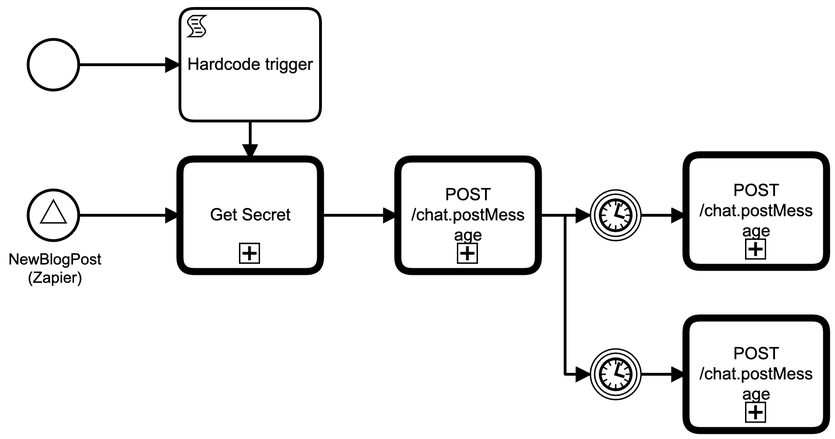
Before: workflows/AnnounceBlog.png, a diagram exported from BPMN (tomlarkworthy/camunda-tools). Its source is kept beside it as workflows/AnnounceBlog.bpmn. Ids are renumbered.
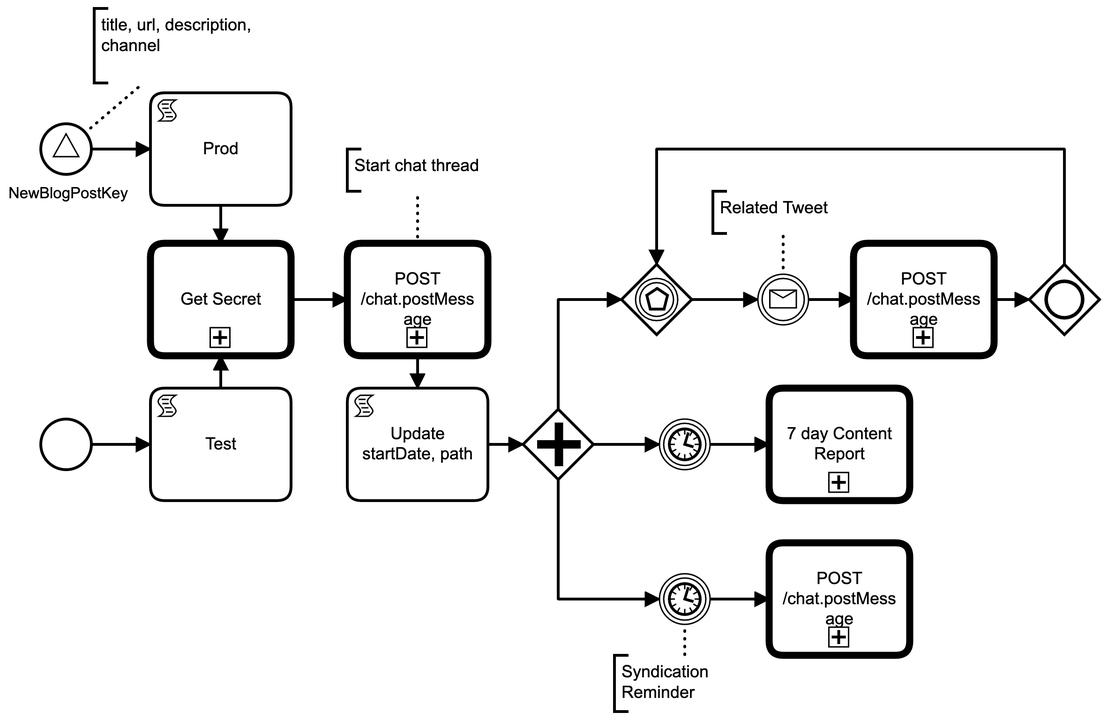
The same diagram one commit later.

The edit, as a diff of the source:
```diff
@@ -14,65 +14,8 @@
       <bpmn:incoming>Flow_n7</bpmn:incoming>
       <bpmn:outgoing>Flow_n8</bpmn:outgoing>
     </bpmn:callActivity>
-    <bpmn:intermediateCatchEvent id="Event_n9">
-      <bpmn:incoming>Flow_n10</bpmn:incoming>
-      <bpmn:outgoing>Flow_n11</bpmn:outgoing>
-      <bpmn:timerEventDefinition id="TimerEventDefinition_n12">
-        <bpmn:timeDuration xsi:type="bpmn:tFormalExpression">P1D</bpmn:timeDuration>
-      </bpmn:timerEventDefinition>
-    </bpmn:intermediateCatchEvent>
-    <bpmn:callActivity id="Activity_n13" name="POST /chat.postMessage" camunda:modelerTemplate="POST-/chat.postMessage" calledElement="ApiClient">
-      <bpmn:extensionElements>
-        <camunda:inputOutput>
-          <camunda:inputParameter name="content">{}</camunda:inputParameter>
-          <camunda:inputParameter name="cp_attachments" />
-          <camunda:inputParameter name="cp_unfurl_links" />
-          <camunda:inputParameter name="cp_unfurl_media" />
-          <camunda:inputParameter name="cp_parse" />
-          <camunda:inputParameter name="cp_as_user" />
-          <camunda:inputParameter name="cp_mrkdwn" />
-          <camunda:inputParameter name="cp_username" />
-          <camunda:inputParameter name="cp_blocks" />
-          <camunda:inputParameter name="cp_icon_emoji" />
-          <camunda:inputParameter name="cp_link_names" />
-          <camunda:inputParameter name="cp_reply_broadcast" />
-          <camunda:inputParameter name="cp_icon_url" />
-          <camunda:inputParameter name="hp_token" />
-          <camunda:inputParameter name="hp_Authorization">${secret}</camunda:inputParameter>
-          <camunda:inputParameter name="cp_text">One day later</camunda:inputParameter>
-          <camunda:inputParameter name="cp_thread_ts">${ts}</camunda:inputParameter>
-          <camunda:inputParameter name="cp_channel">${channel}</camunda:inputParameter>
-          <camunda:outputParameter name="response">${ response }</camunda:outputParameter>
-        </camunda:inputOutput>
-        <camunda:in sourceExpression="POST" target="method" />
-        <camunda:in sourceExpression="https://slack.com/api/chat.postMessage" target="url" />
-        <camunda:in sourceExpression="application/json" target="pre SET headers String $[&#39;Content-Type&#39;]" />
-        <camunda:in source="content" target="request" />
-        <camunda:in source="cp_attachments" target="pre SET request String $[&#39;attachments&#39;]" />
-        <camunda:in source="cp_unfurl_links" target="pre SET request String $[&#39;unfurl_links&#39;]" />
-        <camunda:in source="cp_text" target="pre SET request String $[&#39;text&#39;]" />
-        <camunda:in source="cp_unfurl_media" target="pre SET request String $[&#39;unfurl_media&#39;]" />
-        <camunda:in source="cp_parse" target="pre SET request String $[&#39;parse&#39;]" />
-        <camunda:in source="cp_as_user" target="pre SET request String $[&#39;as_user&#39;]" />
-        <camunda:in source="cp_mrkdwn" target="pre SET request String $[&#39;mrkdwn&#39;]" />
-        <camunda:in source="cp_channel" target="pre SET request String $[&#39;channel&#39;]" />
-        <camunda:in source="cp_username" target="pre SET request String $[&#39;username&#39;]" />
-        <camunda:in source="cp_blocks" target="pre SET request String $[&#39;blocks&#39;]" />
-        <camunda:in source="cp_icon_emoji" target="pre SET request String $[&#39;icon_emoji&#39;]" />
-        <camunda:in source="cp_link_names" target="pre SET request String $[&#39;link_names&#39;]" />
-        <camunda:in source="cp_reply_broadcast" target="pre SET request String $[&#39;reply_broadcast&#39;]" />
-        <camunda:in source="cp_thread_ts" target="pre SET request String $[&#39;thread_ts&#39;]" />
-        <camunda:in source="cp_icon_url" target="pre SET request String $[&#39;icon_url&#39;]" />
-        <camunda:out source="response" target="response" />
-        <camunda:in source="hp_token" target="pre SET headers String $[&#39;token&#39;]" />
-        <camunda:in sourceExpression="Bearer ${hp_Authorization}" target="pre SET headers String $[&#39;Authorization&#39;]" />
-      </bpmn:extensionElements>
-      <bpmn:incoming>Flow_n11</bpmn:incoming>
-      <bpmn:outgoing>Flow_n14</bpmn:outgoing>
-    </bpmn:callActivity>
-    <bpmn:sequenceFlow id="Flow_n11" sourceRef="Event_n9" targetRef="Activity_n13" />
     <bpmn:intermediateCatchEvent id="Event_n15">
-      <bpmn:incoming>Flow_n16</bpmn:incoming>
+      <bpmn:incoming>Flow_n42</bpmn:incoming>
       <bpmn:outgoing>Flow_n17</bpmn:outgoing>
       <bpmn:timerEventDefinition id="TimerEventDefinition_n18">
         <bpmn:timeDate xsi:type="bpmn:tFormalExpression">P3W</bpmn:timeDate>
@@ -125,7 +68,6 @@
         <camunda:in sourceExpression="Bearer ${hp_Authorization}" target="pre SET headers String $[&#39;Authorization&#39;]" />
       </bpmn:extensionElements>
       <bpmn:incoming>Flow_n17</bpmn:incoming>
-      <bpmn:outgoing>Flow_n20</bpmn:outgoing>
     </bpmn:callActivity>
     <bpmn:sequenceFlow id="Flow_n17" sourceRef="Event_n15" targetRef="Activity_n19" />
     <bpmn:startEvent id="Event_n21">
@@ -590,10 +532,8 @@
         <camunda:in sourceExpression="Bearer ${hp_Authorization}" target="pre SET headers String $[&#39;Authorization&#39;]" />
       </bpmn:extensionElements>
       <bpmn:incoming>Flow_n8</bpmn:incoming>
-      <bpmn:outgoing>Flow_n25</bpmn:outgoing>
+      <bpmn:outgoing>Flow_n43</bpmn:outgoing>
     </bpmn:callActivity>
-    <bpmn:sequenceFlow id="Flow_n10" sourceRef="Gateway_n26" targetRef="Event_n9" />
-    <bpmn:sequenceFlow id="Flow_n25" sourceRef="Activity_n24" targetRef="Gateway_n26" />
     <bpmn:callActivity id="Activity_n27" name="POST /chat.postMessage" camunda:modelerTemplate="POST-/chat.postMessage" calledElement="ApiClient">
       <bpmn:extensionElements>
         <camunda:inputOutput>
@@ -1045,13 +985,10 @@
 }</bpmn:script>
     </bpmn:scriptTask>
     <bpmn:eventBasedGateway id="Gateway_n26">
-      <bpmn:incoming>Flow_n25</bpmn:incoming>
       <bpmn:incoming>Flow_n30</bpmn:incoming>
-      <bpmn:outgoing>Flow_n16</bpmn:outgoing>
-      <bpmn:outgoing>Flow_n10</bpmn:outgoing>
+      <bpmn:incoming>Flow_n44</bpmn:incoming>
       <bpmn:outgoing>Flow_n31</bpmn:outgoing>
     </bpmn:eventBasedGateway>
-    <bpmn:sequenceFlow id="Flow_n16" sourceRef="Gateway_n26" targetRef="Event_n15" />
     <bpmn:intermediateCatchEvent id="Event_n32">
       <bpmn:incoming>Flow_n31</bpmn:incoming>
       <bpmn:outgoing>Flow_n28</bpmn:outgoing>
@@ -1060,15 +997,52 @@
     <bpmn:sequenceFlow id="Flow_n31" sourceRef="Gateway_n26" targetRef="Event_n32" />
     <bpmn:sequenceFlow id="Flow_n28" sourceRef="Event_n32" targetRef="Activity_n27" />
     <bpmn:sequenceFlow id="Flow_n29" sourceRef="Activity_n27" targetRef="Gateway_n35" />
-    <bpmn:sequenceFlow id="Flow_n20" sourceRef="Activity_n19" targetRef="Gateway_n35" />
-    <bpmn:sequenceFlow id="Flow_n14" sourceRef="Activity_n13" targetRef="Gateway_n35" />
     <bpmn:sequenceFlow id="Flow_n30" sourceRef="Gateway_n35" targetRef="Gateway_n26" />
     <bpmn:inclusiveGateway id="Gateway_n35">
       <bpmn:incoming>Flow_n29</bpmn:incoming>
-      <bpmn:incoming>Flow_n20</bpmn:incoming>
-      <bpmn:incoming>Flow_n14</bpmn:incoming>
       <bpmn:outgoing>Flow_n30</bpmn:outgoing>
     </bpmn:inclusiveGateway>
+    <bpmn:sequenceFlow id="Flow_n44" sourceRef="Gateway_n45" targetRef="Gateway_n26" />
+    <bpmn:parallelGateway id="Gateway_n45">
+      <bpmn:incoming>Flow_n46</bpmn:incoming>
+      <bpmn:outgoing>Flow_n44</bpmn:outgoing>
+      <bpmn:outgoing>Flow_n42</bpmn:outgoing>
+      <bpmn:outgoing>Flow_n47</bpmn:outgoing>
+    </bpmn:parallelGateway>
+    <bpmn:sequenceFlow id="Flow_n42" sourceRef="Gateway_n45" targetRef="Event_n15" />
+    <bpmn:intermediateCatchEvent id="Event_n48">
+      <bpmn:incoming>Flow_n47</bpmn:incoming>
+      <bpmn:outgoing>Flow_n49</bpmn:outgoing>
+      <bpmn:timerEventDefinition id="TimerEventDefinition_n50">
+        <bpmn:timeDate xsi:type="bpmn:tFormalExpression">PT1S</bpmn:timeDate>
+      </bpmn:timerEventDefinition>
+    </bpmn:intermediateCatchEvent>
+    <bpmn:sequenceFlow id="Flow_n47" sourceRef="Gateway_n45" targetRef="Event_n48" />
+    <bpmn:sequenceFlow id="Flow_n49" sourceRef="Event_n48" targetRef="contentReport" />
+    <bpmn:scriptTask id="updateStartDate" name="Update startDate, path" scriptFormat="groovy">
+      <bpmn:incoming>Flow_n43</bpmn:incoming>
+      <bpmn:outgoing>Flow_n46</bpmn:outgoing>
+      <bpmn:script>execution.setVariable(
+  "startDate",
+   java.time.LocalDate.now().format(java.time.format.DateTimeFormatter.ofPattern("yyyyMMdd"))
+);
+
+execution.setVariable("path",
+   execution.getProcessBusinessKey()
+)</bpmn:script>
+    </bpmn:scriptTask>
+    <bpmn:sequenceFlow id="Flow_n43" sourceRef="Activity_n24" targetRef="updateStartDate" />
+    <bpmn:sequenceFlow id="Flow_n46" sourceRef="updateStartDate" targetRef="Gateway_n45" />
+    <bpmn:callActivity id="contentReport" name="7 day Content Report" calledElement="SlackBlogContentReportURL">
+      <bpmn:extensionElements>
+        <camunda:in source="path" target="path" />
+        <camunda:in source="startDate" target="startDate" />
+        <camunda:in sourceExpression="7" target="days" />
+        <camunda:in source="ts" target="ts" />
+        <camunda:in source="channel" target="channel" />
+      </bpmn:extensionElements>
+      <bpmn:incoming>Flow_n49</bpmn:incoming>
+    </bpmn:callActivity>
     <bpmn:textAnnotation id="TextAnnotation_n36">
       <bpmn:text>Start chat thread</bpmn:text>
     </bpmn:textAnnotation>
@@ -1081,148 +1055,162 @@
       <bpmn:text>Syndication Reminder</bpmn:text>
     </bpmn:textAnnotation>
     <bpmn:association id="Association_n41" sourceRef="Event_n15" targetRef="TextAnnotation_n40" />
+    <bpmn:textAnnotation id="TextAnnotation_n51">
+      <bpmn:text>title, url, description, channel</bpmn:text>
+    </bpmn:textAnnotation>
+    <bpmn:association id="Association_n52" sourceRef="StartEvent_1" targetRef="TextAnnotation_n51" />
   </bpmn:process>
   <bpmn:signal id="Signal_n4" name="NewBlogPostKey" />
   <bpmn:message id="Message_n34" name="TweetBlog" />
   <bpmndi:BPMNDiagram id="BPMNDiagram_1">
     <bpmndi:BPMNPlane id="BPMNPlane_1" bpmnElement="AnnounceBlog">
       <bpmndi:BPMNEdge id="Flow_n2_di" bpmnElement="Flow_n2">
-        <di:waypoint x="218" y="120" />
-        <di:waypoint x="260" y="120" />
+        <di:waypoint x="218" y="180" />
+        <di:waypoint x="260" y="180" />
       </bpmndi:BPMNEdge>
       <bpmndi:BPMNShape id="Event_17zctm4_di" bpmnElement="StartEvent_1">
-        <dc:Bounds x="182" y="102" width="36" height="36" />
+        <dc:Bounds x="182" y="162" width="36" height="36" />
         <bpmndi:BPMNLabel>
-          <dc:Bounds x="159" y="145" width="85" height="14" />
+          <dc:Bounds x="159" y="205" width="85" height="14" />
         </bpmndi:BPMNLabel>
       </bpmndi:BPMNShape>
       <bpmndi:BPMNShape id="Activity_1ok00v4_di" bpmnElement="Activity_n5">
-        <dc:Bounds x="260" y="187" width="100" height="80" />
-      </bpmndi:BPMNShape>
-      <bpmndi:BPMNShape id="Event_0ssxtcm_di" bpmnElement="Event_n9">
-        <dc:Bounds x="622" y="108" width="36" height="36" />
-      </bpmndi:BPMNShape>
-      <bpmndi:BPMNShape id="Activity_n13_di" bpmnElement="Activity_n13">
-        <dc:Bounds x="700" y="83" width="100" height="80" />
-      </bpmndi:BPMNShape>
-      <bpmndi:BPMNEdge id="Flow_n11_di" bpmnElement="Flow_n11">
-        <di:waypoint x="658" y="126" />
-        <di:waypoint x="700" y="126" />
-      </bpmndi:BPMNEdge>
+        <dc:Bounds x="260" y="247" width="100" height="80" />
+      </bpmndi:BPMNShape>
       <bpmndi:BPMNShape id="Event_0tw23ox_di" bpmnElement="Event_n15">
-        <dc:Bounds x="622" y="209" width="36" height="36" />
+        <dc:Bounds x="622" y="482" width="36" height="36" />
       </bpmndi:BPMNShape>
       <bpmndi:BPMNShape id="Activity_n19_di" bpmnElement="Activity_n19">
-        <dc:Bounds x="700" y="187" width="100" height="80" />
+        <dc:Bounds x="700" y="460" width="100" height="80" />
       </bpmndi:BPMNShape>
       <bpmndi:BPMNEdge id="Flow_n17_di" bpmnElement="Flow_n17">
-        <di:waypoint x="658" y="227" />
-        <di:waypoint x="700" y="227" />
+        <di:waypoint x="658" y="500" />
+        <di:waypoint x="700" y="500" />
       </bpmndi:BPMNEdge>
       <bpmndi:BPMNShape id="Event_n21_di" bpmnElement="Event_n21">
-        <dc:Bounds x="182" y="312" width="36" height="36" />
+        <dc:Bounds x="182" y="372" width="36" height="36" />
       </bpmndi:BPMNShape>
       <bpmndi:BPMNShape id="Activity_0tkuiev_di" bpmnElement="Activity_n23">
-        <dc:Bounds x="260" y="290" width="100" height="80" />
+        <dc:Bounds x="260" y="350" width="100" height="80" />
       </bpmndi:BPMNShape>
       <bpmndi:BPMNEdge id="Flow_n22_di" bpmnElement="Flow_n22">
-        <di:waypoint x="218" y="330" />
-        <di:waypoint x="260" y="330" />
+        <di:waypoint x="218" y="390" />
+        <di:waypoint x="260" y="390" />
       </bpmndi:BPMNEdge>
       <bpmndi:BPMNEdge id="Flow_n6_di" bpmnElement="Flow_n6">
-        <di:waypoint x="310" y="290" />
-        <di:waypoint x="310" y="267" />
+        <di:waypoint x="310" y="350" />
+        <di:waypoint x="310" y="327" />
       </bpmndi:BPMNEdge>
       <bpmndi:BPMNEdge id="Flow_n8_di" bpmnElement="Flow_n8">
-        <di:waypoint x="360" y="227" />
-        <di:waypoint x="400" y="227" />
+        <di:waypoint x="360" y="287" />
+        <di:waypoint x="400" y="287" />
       </bpmndi:BPMNEdge>
       <bpmndi:BPMNShape id="Activity_1xbki0c_di" bpmnElement="Activity_n24">
-        <dc:Bounds x="400" y="187" width="100" height="80" />
-      </bpmndi:BPMNShape>
-      <bpmndi:BPMNEdge id="Flow_n10_di" bpmnElement="Flow_n10">
-        <di:waypoint x="561" y="202" />
-        <di:waypoint x="561" y="126" />
-        <di:waypoint x="622" y="126" />
-      </bpmndi:BPMNEdge>
-      <bpmndi:BPMNEdge id="Flow_n25_di" bpmnElement="Flow_n25">
-        <di:waypoint x="500" y="227" />
-        <di:waypoint x="536" y="227" />
-      </bpmndi:BPMNEdge>
+        <dc:Bounds x="400" y="247" width="100" height="80" />
+      </bpmndi:BPMNShape>
       <bpmndi:BPMNShape id="Activity_n27_di" bpmnElement="Activity_n27">
-        <dc:Bounds x="700" y="290" width="100" height="80" />
+        <dc:Bounds x="760" y="247" width="100" height="80" />
       </bpmndi:BPMNShape>
       <bpmndi:BPMNEdge id="Flow_n7_di" bpmnElement="Flow_n7">
-        <di:waypoint x="310" y="160" />
-        <di:waypoint x="310" y="187" />
+        <di:waypoint x="310" y="220" />
+        <di:waypoint x="310" y="247" />
       </bpmndi:BPMNEdge>
       <bpmndi:BPMNShape id="Activity_04nrckl_di" bpmnElement="SetupProd">
-        <dc:Bounds x="260" y="80" width="100" height="80" />
+        <dc:Bounds x="260" y="140" width="100" height="80" />
       </bpmndi:BPMNShape>
       <bpmndi:BPMNShape id="Gateway_1fp36e5_di" bpmnElement="Gateway_n26">
-        <dc:Bounds x="536" y="202" width="50" height="50" />
-      </bpmndi:BPMNShape>
-      <bpmndi:BPMNEdge id="Flow_n16_di" bpmnElement="Flow_n16">
-        <di:waypoint x="586" y="227" />
-        <di:waypoint x="622" y="227" />
-      </bpmndi:BPMNEdge>
+        <dc:Bounds x="595" y="262" width="50" height="50" />
+      </bpmndi:BPMNShape>
       <bpmndi:BPMNShape id="Event_n32_di" bpmnElement="Event_n32">
-        <dc:Bounds x="622" y="312" width="36" height="36" />
+        <dc:Bounds x="692" y="269" width="36" height="36" />
       </bpmndi:BPMNShape>
       <bpmndi:BPMNEdge id="Flow_n31_di" bpmnElement="Flow_n31">
-        <di:waypoint x="561" y="252" />
-        <di:waypoint x="561" y="330" />
-        <di:waypoint x="622" y="330" />
+        <di:waypoint x="645" y="287" />
+        <di:waypoint x="692" y="287" />
       </bpmndi:BPMNEdge>
       <bpmndi:BPMNShape id="TextAnnotation_n36_di" bpmnElement="TextAnnotation_n36">
-        <dc:Bounds x="400" y="120" width="100" height="30" />
+        <dc:Bounds x="400" y="180" width="100" height="30" />
       </bpmndi:BPMNShape>
       <bpmndi:BPMNEdge id="Association_n37_di" bpmnElement="Association_n37">
-        <di:waypoint x="450" y="187" />
-        <di:waypoint x="450" y="150" />
+        <di:waypoint x="450" y="247" />
+        <di:waypoint x="450" y="210" />
       </bpmndi:BPMNEdge>
       <bpmndi:BPMNShape id="TextAnnotation_n38_di" bpmnElement="TextAnnotation_n38">
-        <dc:Bounds x="590" y="270" width="100" height="30" />
+        <dc:Bounds x="660" y="210" width="100" height="30" />
       </bpmndi:BPMNShape>
       <bpmndi:BPMNEdge id="Association_n39_di" bpmnElement="Association_n39">
-        <di:waypoint x="640" y="312" />
-        <di:waypoint x="640" y="300" />
+        <di:waypoint x="710" y="269" />
+        <di:waypoint x="710" y="240" />
       </bpmndi:BPMNEdge>
       <bpmndi:BPMNShape id="TextAnnotation_n40_di" bpmnElement="TextAnnotation_n40">
-        <dc:Bounds x="590" y="155" width="100" height="40" />
+        <dc:Bounds x="590" y="540" width="100" height="40" />
       </bpmndi:BPMNShape>
       <bpmndi:BPMNEdge id="Association_n41_di" bpmnElement="Association_n41">
-        <di:waypoint x="640" y="209" />
-        <di:waypoint x="640" y="195" />
+        <di:waypoint x="640" y="518" />
+        <di:waypoint x="640" y="540" />
       </bpmndi:BPMNEdge>
       <bpmndi:BPMNEdge id="Flow_n28_di" bpmnElement="Flow_n28">
-        <di:waypoint x="658" y="330" />
-        <di:waypoint x="700" y="330" />
+        <di:waypoint x="728" y="287" />
+        <di:waypoint x="760" y="287" />
       </bpmndi:BPMNEdge>
       <bpmndi:BPMNEdge id="Flow_n29_di" bpmnElement="Flow_n29">
-        <di:waypoint x="800" y="330" />
-        <di:waypoint x="910" y="330" />
-        <di:waypoint x="910" y="252" />
-      </bpmndi:BPMNEdge>
-      <bpmndi:BPMNEdge id="Flow_n20_di" bpmnElement="Flow_n20">
-        <di:waypoint x="800" y="227" />
-        <di:waypoint x="885" y="227" />
-      </bpmndi:BPMNEdge>
-      <bpmndi:BPMNEdge id="Flow_n14_di" bpmnElement="Flow_n14">
-        <di:waypoint x="800" y="123" />
-        <di:waypoint x="910" y="123" />
-        <di:waypoint x="910" y="202" />
+        <di:waypoint x="860" y="287" />
+        <di:waypoint x="885" y="287" />
       </bpmndi:BPMNEdge>
       <bpmndi:BPMNEdge id="Flow_n30_di" bpmnElement="Flow_n30">
-        <di:waypoint x="935" y="227" />
-        <di:waypoint x="960" y="227" />
-        <di:waypoint x="960" y="50" />
-        <di:waypoint x="550" y="50" />
-        <di:waypoint x="550" y="213" />
+        <di:waypoint x="910" y="262" />
+        <di:waypoint x="910" y="180" />
+        <di:waypoint x="620" y="180" />
+        <di:waypoint x="620" y="262" />
       </bpmndi:BPMNEdge>
       <bpmndi:BPMNShape id="Gateway_18u6c9j_di" bpmnElement="Gateway_n35">
-        <dc:Bounds x="885" y="202" width="50" height="50" />
-      </bpmndi:BPMNShape>
+        <dc:Bounds x="885" y="262" width="50" height="50" />
+      </bpmndi:BPMNShape>
+      <bpmndi:BPMNEdge id="Flow_n44_di" bpmnElement="Flow_n44">
+        <di:waypoint x="550" y="365" />
+        <di:waypoint x="550" y="287" />
+        <di:waypoint x="595" y="287" />
+      </bpmndi:BPMNEdge>
+      <bpmndi:BPMNShape id="Gateway_1sxnrf1_di" bpmnElement="Gateway_n45">
+        <dc:Bounds x="525" y="365" width="50" height="50" />
+      </bpmndi:BPMNShape>
+      <bpmndi:BPMNEdge id="Flow_n42_di" bpmnElement="Flow_n42">
+        <di:waypoint x="550" y="415" />
+        <di:waypoint x="550" y="500" />
+        <di:waypoint x="622" y="500" />
+      </bpmndi:BPMNEdge>
+      <bpmndi:BPMNShape id="Event_n48_di" bpmnElement="Event_n48">
+        <dc:Bounds x="622" y="372" width="36" height="36" />
+      </bpmndi:BPMNShape>
+      <bpmndi:BPMNEdge id="Flow_n47_di" bpmnElement="Flow_n47">
+        <di:waypoint x="575" y="390" />
+        <di:waypoint x="622" y="390" />
+      </bpmndi:BPMNEdge>
+      <bpmndi:BPMNEdge id="Flow_n49_di" bpmnElement="Flow_n49">
+        <di:waypoint x="658" y="390" />
+        <di:waypoint x="700" y="390" />
+      </bpmndi:BPMNEdge>
+      <bpmndi:BPMNShape id="Activity_0ma0yvk_di" bpmnElement="updateStartDate">
+        <dc:Bounds x="400" y="350" width="100" height="80" />
+      </bpmndi:BPMNShape>
+      <bpmndi:BPMNEdge id="Flow_n43_di" bpmnElement="Flow_n43">
+        <di:waypoint x="450" y="327" />
+        <di:waypoint x="450" y="350" />
+      </bpmndi:BPMNEdge>
+      <bpmndi:BPMNEdge id="Flow_n46_di" bpmnElement="Flow_n46">
+        <di:waypoint x="500" y="390" />
+        <di:waypoint x="525" y="390" />
+      </bpmndi:BPMNEdge>
+      <bpmndi:BPMNShape id="Activity_163t1wt_di" bpmnElement="contentReport">
+        <dc:Bounds x="700" y="350" width="100" height="80" />
+      </bpmndi:BPMNShape>
+      <bpmndi:BPMNShape id="TextAnnotation_n51_di" bpmnElement="TextAnnotation_n51">
+        <dc:Bounds x="220" y="80" width="130" height="53" />
+      </bpmndi:BPMNShape>
+      <bpmndi:BPMNEdge id="Association_n52_di" bpmnElement="Association_n52">
+        <di:waypoint x="214" y="168" />
+        <di:waypoint x="255" y="133" />
+      </bpmndi:BPMNEdge>
     </bpmndi:BPMNPlane>
   </bpmndi:BPMNDiagram>
 </bpmn:definitions>
```
